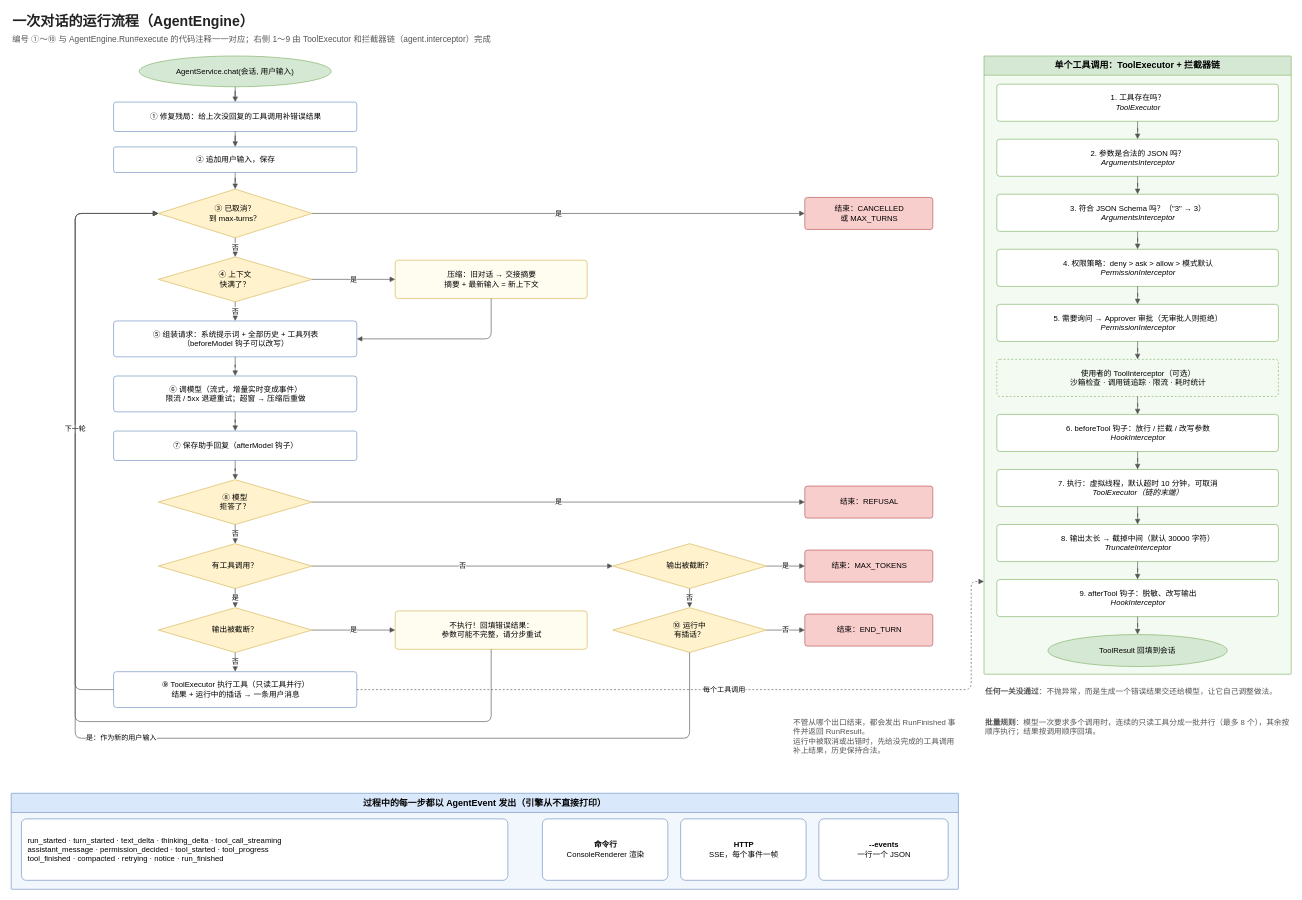
The draw.io diagram page "2 一次对话的运行流程" (2 of 3) of docs/agentcore-architecture.drawio in stackJx/agent-java, before the edit. Source tidied: cells renumbered, new cells numbered last; positions are measured from the earlier drawing's top-left corner, leaving out a move shared by most shapes. Both pictures are drawn from the tidied source at 64%, with x=0, y=0 at pixel (11, 11).
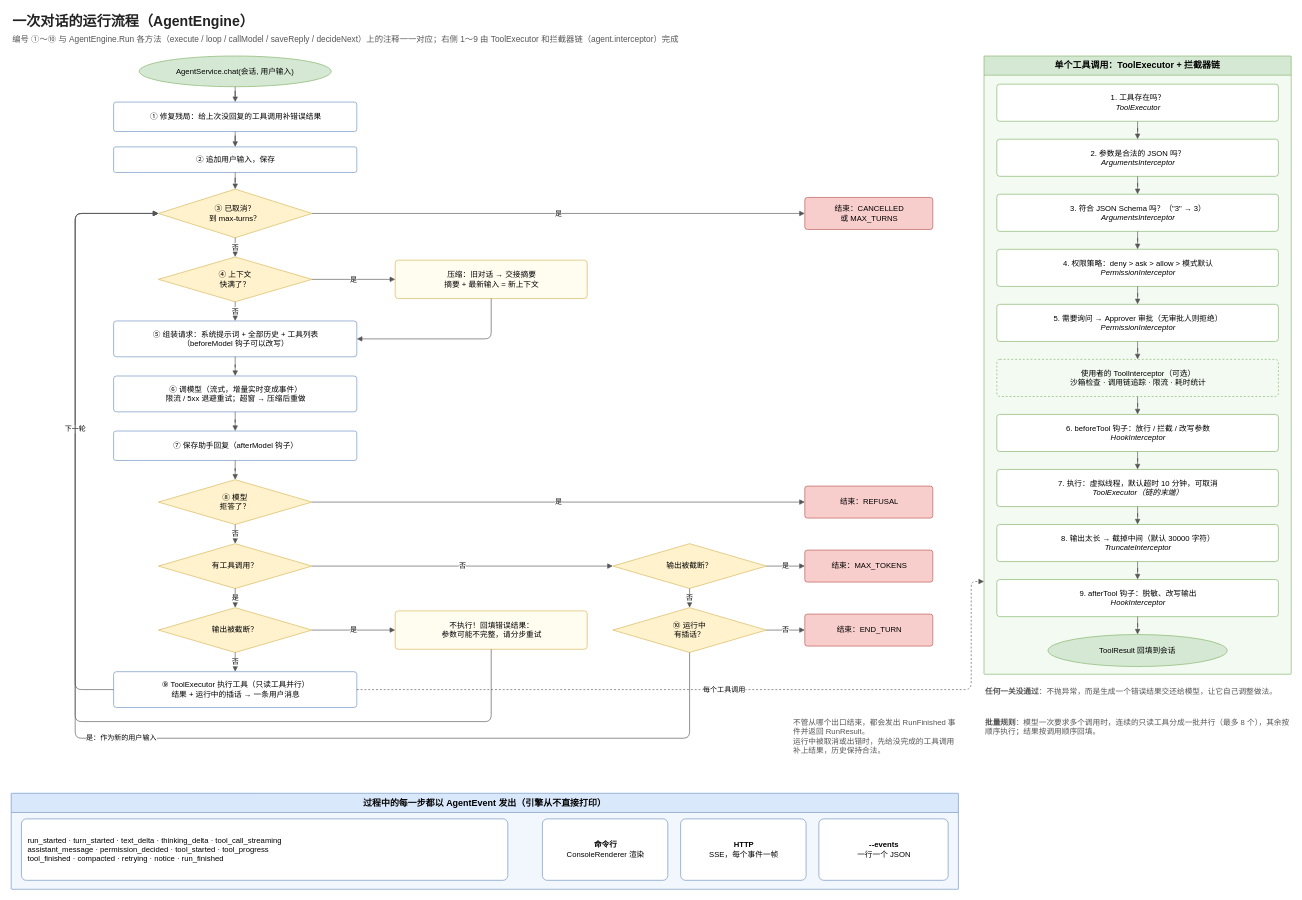
Above is the later version.

What changed in the source:
```diff
@@
-    <mxCell id="3" value="编号 ①～⑩ 与 AgentEngine.Run#execute 的代码注释一一对应；右侧 1～9 由 ToolExecutor 和拦截器链（agent.interceptor）完成" style="text;html=1;whiteSpace=wrap;align=left;verticalAlign=middle;fontSize=13;fontColor=#555555;" parent="1" vertex="1">
+    <mxCell id="3" value="编号 ①～⑩ 与 AgentEngine.Run 各方法（execute / loop / callModel / saveReply / decideNext）上的注释一一对应；右侧 1～9 由 ToolExecutor 和拦截器链（agent.interceptor）完成" style="text;html=1;whiteSpace=wrap;align=left;verticalAlign=middle;fontSize=13;fontColor=#555555;" parent="1" vertex="1">
       <mxGeometry y="32" width="1400" height="24" as="geometry" />
     </mxCell>
```
